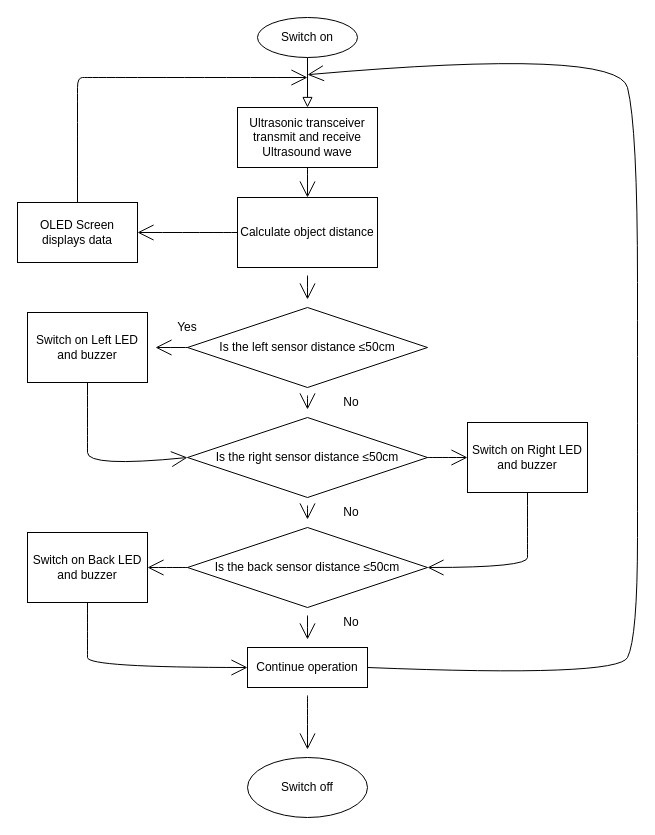
Above: Mini_Project/Untitled Diagram.drawio in NurA-Khairol/MicroP-mini-project-SRD- (draw.io), before the change. Source tidied: cells renumbered, new cells numbered last; positions are measured from the earlier drawing's top-left corner, leaving out a move shared by most shapes. Both pictures are drawn from the tidied source at 100%, with x=0, y=0 at pixel (17, 17).
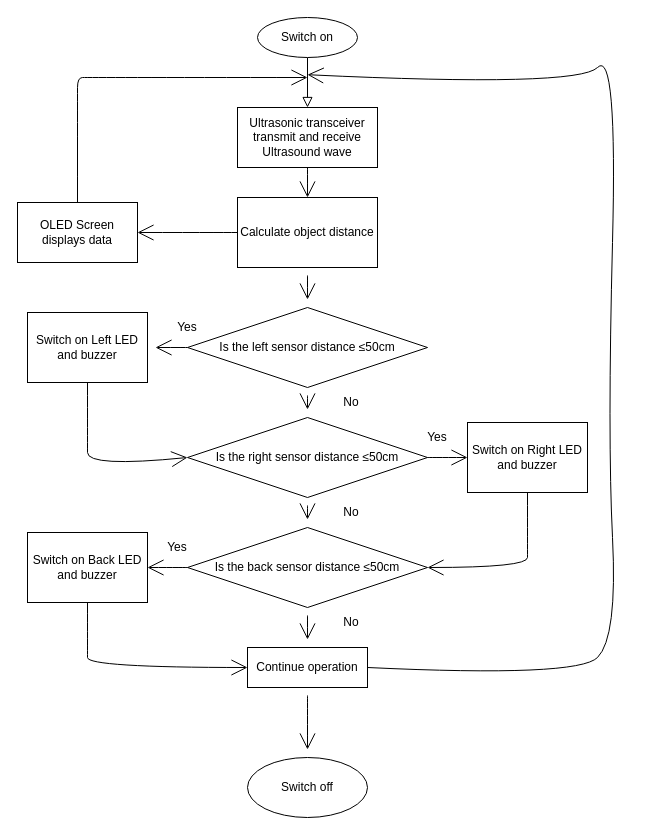
Above is the later version.

Unchanged cells that the change refers to:
```xml
<mxCell id="23" value="Continue operation" style="whiteSpace=wrap;html=1;hachureGap=4;" parent="1" vertex="1">
  <mxGeometry x="230" y="630" width="120" height="40" as="geometry" />
</mxCell>
```

Change to the diagram source:
```diff
@@
     <mxCell id="33" style="edgeStyle=none;jettySize=auto;html=1;rounded=0;endArrow=open;startSize=14;endSize=14;sourcePerimeterSpacing=8;targetPerimeterSpacing=8;curved=1;exitX=1;exitY=0.5;exitDx=0;exitDy=0;" parent="1" edge="1" source="23">
       <mxGeometry relative="1" as="geometry">
         <mxPoint x="290" y="57.2" as="targetPoint" />
         <Array as="points">
-          <mxPoint x="600" y="660" />
-          <mxPoint x="620" y="620" />
-          <mxPoint x="620" y="420" />
-          <mxPoint x="620" y="110" />
+          <mxPoint x="560" y="660" />
+          <mxPoint x="600" y="620" />
+          <mxPoint x="590" y="420" />
           <mxPoint x="600" y="30" />
+          <mxPoint x="560" y="70" />
         </Array>
       </mxGeometry>
     </mxCell>
+    <mxCell id="34" value="Yes" style="text;strokeColor=none;fillColor=none;html=1;align=center;verticalAlign=middle;whiteSpace=wrap;rounded=0;hachureGap=4;" parent="1" vertex="1">
+      <mxGeometry x="390" y="405" width="60" height="30" as="geometry" />
+    </mxCell>
+    <mxCell id="35" value="Yes" style="text;strokeColor=none;fillColor=none;html=1;align=center;verticalAlign=middle;whiteSpace=wrap;rounded=0;hachureGap=4;" parent="1" vertex="1">
+      <mxGeometry x="130" y="515" width="60" height="30" as="geometry" />
+    </mxCell>
```
